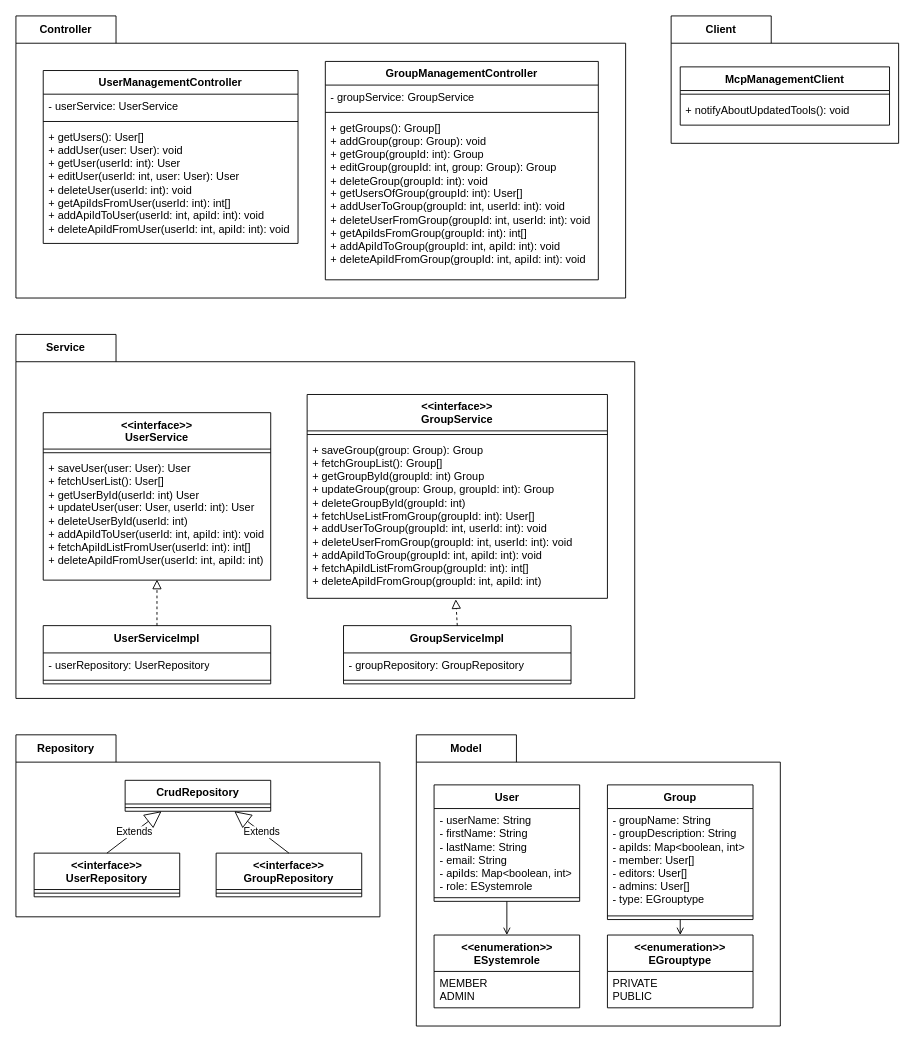
Earlier version of the draw.io diagram docs/diagrams/level_4_class/user_management_class_diagram.drawio (GroMoKoSo/GroMoKoSo-Meta). Source tidied: cells renumbered, new cells numbered last; positions are measured from the earlier drawing's top-left corner, leaving out a move shared by most shapes. Both pictures are drawn from the tidied source at 91%, with x=0, y=0 at pixel (15, 15).
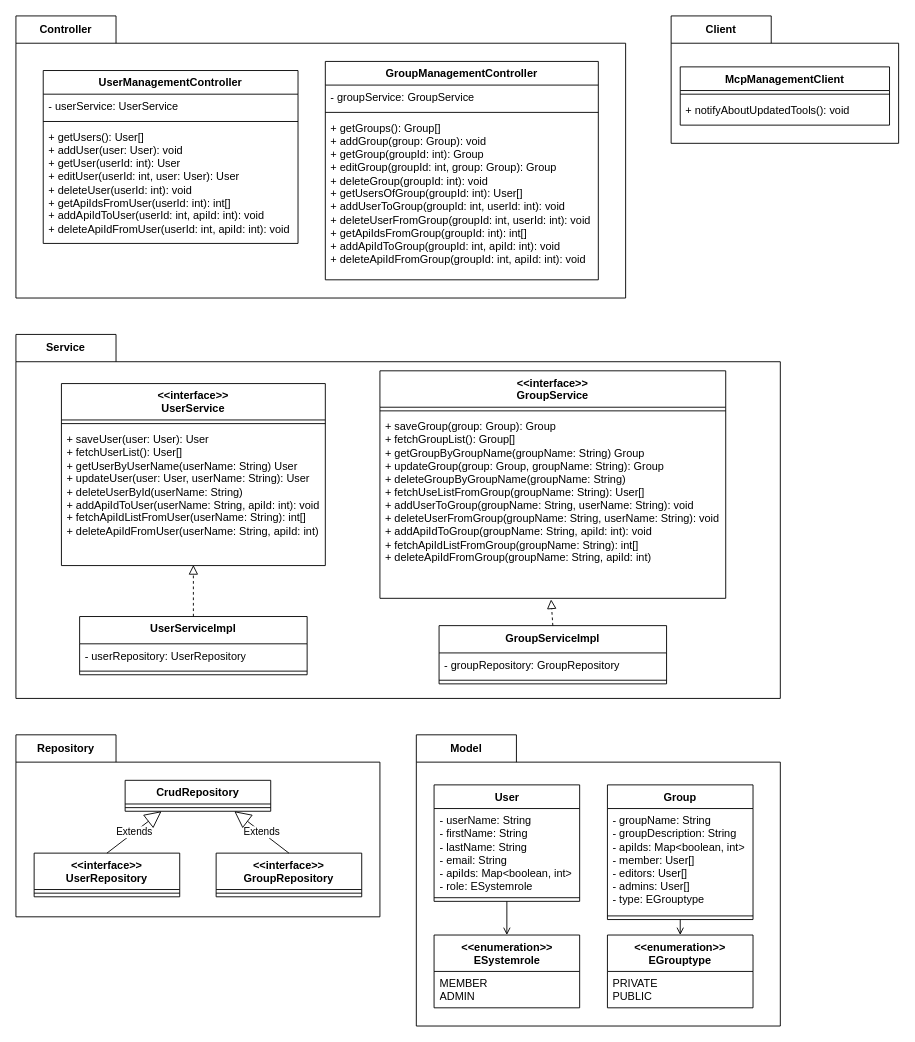
Above is the later version.

Commit message (it also covers changes not shown here):
docs: update user management documentation to recent changes

Diff of the diagram source:
```diff
@@
     <mxCell id="36" value="Service" style="shape=folder;fontStyle=1;tabWidth=110;tabHeight=30;tabPosition=left;html=1;boundedLbl=1;labelInHeader=1;whiteSpace=wrap;" parent="1" vertex="1">
-      <mxGeometry y="350" width="680" height="400" as="geometry" />
+      <mxGeometry y="350" width="840" height="400" as="geometry" />
     </mxCell>
     <mxCell id="37" style="html=1;strokeColor=none;fillColor=none;whiteSpace=wrap;" parent="36" vertex="1">
-      <mxGeometry width="680" height="280" relative="1" as="geometry">
+      <mxGeometry width="840" height="280" relative="1" as="geometry">
         <mxPoint y="30" as="offset" />
       </mxGeometry>
     </mxCell>
     <mxCell id="38" value="&amp;lt;&amp;lt;interface&amp;gt;&amp;gt;&lt;div&gt;UserService&lt;/div&gt;" style="swimlane;fontStyle=1;align=center;verticalAlign=top;horizontal=1;startSize=40;whiteSpace=wrap;html=1;" parent="36" vertex="1">
-      <mxGeometry x="30" y="86" width="250" height="184" as="geometry" />
+      <mxGeometry x="50" y="54" width="290" height="200" as="geometry" />
     </mxCell>
     <mxCell id="39" style="line;strokeWidth=1;fillColor=none;align=left;verticalAlign=middle;spacingTop=-1;spacingLeft=3;spacingRight=3;labelPosition=right;strokeColor=inherit;" parent="38" vertex="1">
-      <mxGeometry y="40" width="250" height="8" as="geometry" />
+      <mxGeometry y="40" width="290" height="8" as="geometry" />
     </mxCell>
-    <mxCell id="40" value="+ saveUser(user: User): User&lt;br&gt;+ fetchUserList(): User[]&lt;div&gt;+ getUserById(userId: int) User&lt;br&gt;&lt;div&gt;+ updateUser(user: User, userId: int): User&lt;br&gt;+ deleteUserById(userId: int)&lt;/div&gt;&lt;/div&gt;&lt;div&gt;+ addApiIdToUser(userId: int, apiId: int): void&lt;br&gt;+ fetchApiIdListFromUser(userId: int): int[]&lt;/div&gt;&lt;div&gt;+ deleteApiIdFromUser(userId: int, apiId: int)&lt;/div&gt;" style="text;strokeColor=none;fillColor=none;align=left;verticalAlign=top;spacingLeft=4;spacingRight=4;overflow=hidden;points=[[0,0.5],[1,0.5]];portConstraint=eastwest;whiteSpace=wrap;html=1;" parent="38" vertex="1">
-      <mxGeometry y="48" width="250" height="136" as="geometry" />
+    <mxCell id="40" value="+ saveUser(user: User): User&lt;br&gt;+ fetchUserList(): User[]&lt;div&gt;+ getUserByUserName(userName: String) User&lt;br&gt;&lt;div&gt;+ updateUser(user: User, userName: String): User&lt;br&gt;+ deleteUserById(userName: String)&lt;/div&gt;&lt;/div&gt;&lt;div&gt;+ addApiIdToUser(userName: String, apiId: int): void&lt;br&gt;+ fetchApiIdListFromUser(userName: String): int[]&lt;/div&gt;&lt;div&gt;+ deleteApiIdFromUser(userName: String, apiId: int)&lt;/div&gt;" style="text;strokeColor=none;fillColor=none;align=left;verticalAlign=top;spacingLeft=4;spacingRight=4;overflow=hidden;points=[[0,0.5],[1,0.5]];portConstraint=eastwest;whiteSpace=wrap;html=1;" parent="38" vertex="1">
+      <mxGeometry y="48" width="290" height="152" as="geometry" />
     </mxCell>
+    <mxCell id="44" value="&lt;span style=&quot;background-color: transparent; color: light-dark(rgb(0, 0, 0), rgb(255, 255, 255));&quot;&gt;UserServiceImpl&lt;/span&gt;" style="swimlane;fontStyle=1;align=center;verticalAlign=top;horizontal=1;startSize=30;whiteSpace=wrap;html=1;" parent="36" vertex="1">
+      <mxGeometry x="70" y="310" width="250" height="64" as="geometry" />
+    </mxCell>
+    <mxCell id="45" value="- userRepository: UserRepository" style="text;strokeColor=none;fillColor=none;align=left;verticalAlign=top;spacingLeft=4;spacingRight=4;overflow=hidden;whiteSpace=wrap;html=1;" parent="44" vertex="1">
+      <mxGeometry y="30" width="250" height="26" as="geometry" />
+    </mxCell>
+    <mxCell id="46" style="line;strokeWidth=1;fillColor=none;align=left;verticalAlign=middle;spacingTop=-1;spacingLeft=3;spacingRight=3;labelPosition=right;strokeColor=inherit;" parent="44" vertex="1">
+      <mxGeometry y="56" width="250" height="8" as="geometry" />
+    </mxCell>
+    <mxCell id="51" style="endArrow=block;startArrow=none;endFill=0;startFill=0;endSize=8;html=1;verticalAlign=bottom;dashed=1;labelBackgroundColor=none;rounded=0;entryX=0.5;entryY=0.996;entryDx=0;entryDy=0;entryPerimeter=0;exitX=0.5;exitY=0;exitDx=0;exitDy=0;" parent="36" edge="1" source="44" target="40">
+      <mxGeometry relative="1" as="geometry" />
+    </mxCell>
     <mxCell id="41" value="&amp;lt;&amp;lt;interface&amp;gt;&amp;gt;&lt;div&gt;GroupService&lt;/div&gt;" style="swimlane;fontStyle=1;align=center;verticalAlign=top;horizontal=1;startSize=40;whiteSpace=wrap;html=1;" parent="36" vertex="1">
-      <mxGeometry x="320" y="66" width="330" height="224" as="geometry" />
+      <mxGeometry x="400" y="40" width="380" height="250" as="geometry" />
     </mxCell>
     <mxCell id="42" style="line;strokeWidth=1;fillColor=none;align=left;verticalAlign=middle;spacingTop=-1;spacingLeft=3;spacingRight=3;labelPosition=right;strokeColor=inherit;" parent="41" vertex="1">
-      <mxGeometry y="40" width="330" height="8" as="geometry" />
+      <mxGeometry y="40" width="380" height="8" as="geometry" />
     </mxCell>
-    <mxCell id="43" value="+ saveGroup(group: Group): Group&lt;br&gt;+ fetchGroupList(): Group[]&lt;div&gt;+ getGroupById(groupId: int) Group&lt;br&gt;&lt;div&gt;+ updateGroup(group: Group, groupId: int): Group&lt;br&gt;+ deleteGroupById(groupId: int)&lt;br&gt;&lt;div&gt;+ fetchUseListFromGroup(groupId: int): User[]&lt;/div&gt;&lt;div&gt;+ addUserToGroup(groupId: int, userId: int): void&lt;/div&gt;&lt;div&gt;+ deleteUserFromGroup(groupId: int, userId: int): void&lt;/div&gt;&lt;/div&gt;&lt;/div&gt;&lt;div&gt;+ addApiIdToGroup(groupId: int, apiId: int): void&lt;br&gt;+ fetchApiIdListFromGroup(groupId: int): int[]&lt;/div&gt;&lt;div&gt;+ deleteApiIdFromGroup(groupId: int, apiId: int)&lt;/div&gt;" style="text;strokeColor=none;fillColor=none;align=left;verticalAlign=top;spacingLeft=4;spacingRight=4;overflow=hidden;points=[[0,0.5],[1,0.5]];portConstraint=eastwest;whiteSpace=wrap;html=1;" parent="41" vertex="1">
-      <mxGeometry y="48" width="330" height="176" as="geometry" />
+    <mxCell id="43" value="+ saveGroup(group: Group): Group&lt;br&gt;+ fetchGroupList(): Group[]&lt;div&gt;+ getGroupByGroupName(groupName: String) Group&lt;br&gt;&lt;div&gt;+ updateGroup(group: Group, groupName: String): Group&lt;br&gt;+ deleteGroupByGroupName(groupName: String)&lt;br&gt;&lt;div&gt;+ fetchUseListFromGroup(groupName: String): User[]&lt;/div&gt;&lt;div&gt;+ addUserToGroup(groupName: String, userName: String): void&lt;/div&gt;&lt;div&gt;+ deleteUserFromGroup(groupName: String, userName: String): void&lt;/div&gt;&lt;/div&gt;&lt;/div&gt;&lt;div&gt;+ addApiIdToGroup(groupName: String, apiId: int): void&lt;br&gt;+ fetchApiIdListFromGroup(groupName: String): int[]&lt;/div&gt;&lt;div&gt;+ deleteApiIdFromGroup(groupName: String, apiId: int)&lt;/div&gt;" style="text;strokeColor=none;fillColor=none;align=left;verticalAlign=top;spacingLeft=4;spacingRight=4;overflow=hidden;points=[[0,0.5],[1,0.5]];portConstraint=eastwest;whiteSpace=wrap;html=1;" parent="41" vertex="1">
+      <mxGeometry y="48" width="380" height="202" as="geometry" />
     </mxCell>
-    <mxCell id="44" value="&lt;span style=&quot;background-color: transparent; color: light-dark(rgb(0, 0, 0), rgb(255, 255, 255));&quot;&gt;UserServiceImpl&lt;/span&gt;" style="swimlane;fontStyle=1;align=center;verticalAlign=top;horizontal=1;startSize=30;whiteSpace=wrap;html=1;" parent="36" vertex="1">
-      <mxGeometry x="30" y="320" width="250" height="64" as="geometry" />
-    </mxCell>
-    <mxCell id="45" value="- userRepository: UserRepository" style="text;strokeColor=none;fillColor=none;align=left;verticalAlign=top;spacingLeft=4;spacingRight=4;overflow=hidden;whiteSpace=wrap;html=1;" parent="44" vertex="1">
-      <mxGeometry y="30" width="250" height="26" as="geometry" />
-    </mxCell>
-    <mxCell id="46" style="line;strokeWidth=1;fillColor=none;align=left;verticalAlign=middle;spacingTop=-1;spacingLeft=3;spacingRight=3;labelPosition=right;strokeColor=inherit;" parent="44" vertex="1">
-      <mxGeometry y="56" width="250" height="8" as="geometry" />
-    </mxCell>
     <mxCell id="47" value="&lt;span style=&quot;background-color: transparent; color: light-dark(rgb(0, 0, 0), rgb(255, 255, 255));&quot;&gt;GroupServiceImpl&lt;/span&gt;" style="swimlane;fontStyle=1;align=center;verticalAlign=top;horizontal=1;startSize=30;whiteSpace=wrap;html=1;" parent="36" vertex="1">
-      <mxGeometry x="360" y="320" width="250" height="64" as="geometry" />
+      <mxGeometry x="465" y="320" width="250" height="64" as="geometry" />
     </mxCell>
@@
-    <mxCell id="51" style="endArrow=block;startArrow=none;endFill=0;startFill=0;endSize=8;html=1;verticalAlign=bottom;dashed=1;labelBackgroundColor=none;rounded=0;entryX=0.5;entryY=0.996;entryDx=0;entryDy=0;entryPerimeter=0;exitX=0.5;exitY=0;exitDx=0;exitDy=0;" parent="36" edge="1" source="44" target="40">
-      <mxGeometry relative="1" as="geometry" />
-    </mxCell>
```
